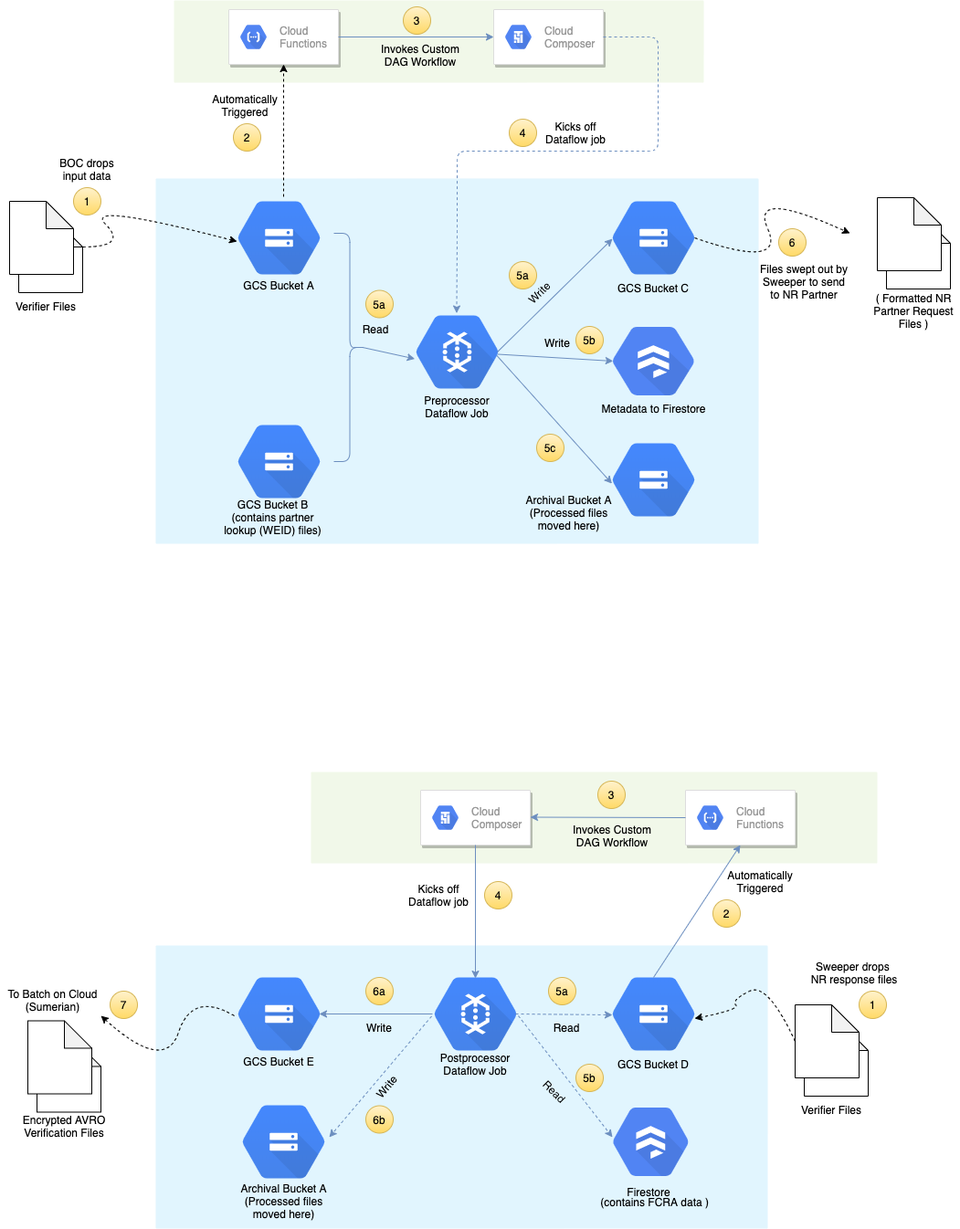
This is Untitled Diagram.png from faeezshaikhefx/faeezshaikhefx, a draw.io export, as it was before one commit. Source tidied: cells renumbered, new cells last; positions are measured from the earlier drawing's top-left corner, leaving out a move shared by most shapes.
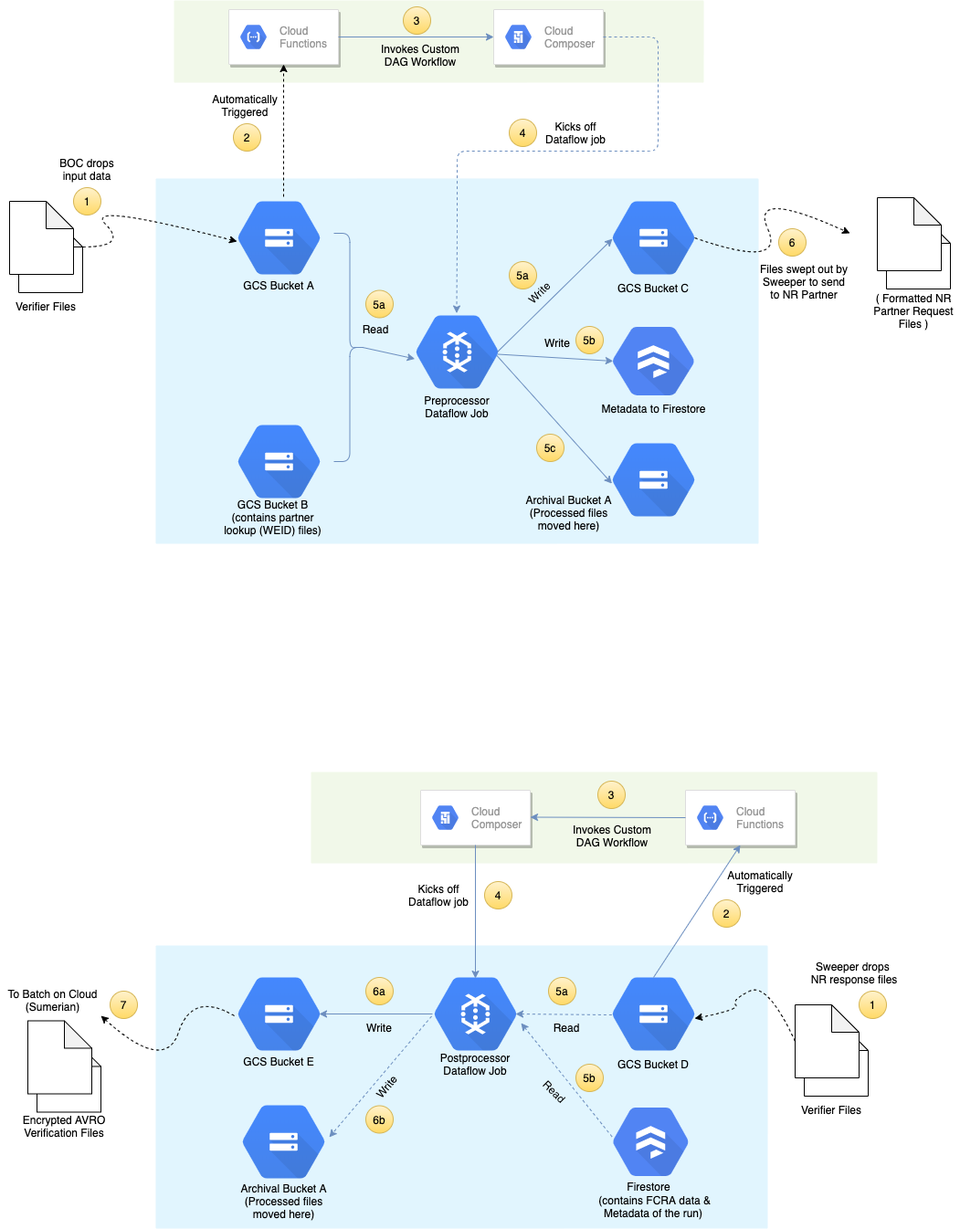
After the change.

Change to the diagram source:
```diff
@@ -124,7 +124,7 @@
     <mxCell id="37" style="endArrow=classic;html=1;exitX=0.5;exitY=1;exitDx=0;exitDy=0;entryX=0.5;entryY=0.013;entryDx=0;entryDy=0;entryPerimeter=0;fillColor=#dae8fc;strokeColor=#6c8ebf;" parent="1" edge="1" source="30" target="35">
       <mxGeometry relative="1" as="geometry" />
     </mxCell>
-    <mxCell id="38" style="endArrow=classic;html=1;exitX=0.989;exitY=0.5;exitDx=0;exitDy=0;exitPerimeter=0;entryX=0;entryY=0.513;entryDx=0;entryDy=0;entryPerimeter=0;fillColor=#dae8fc;strokeColor=#6c8ebf;dashed=1;" parent="1" edge="1" source="35" target="36">
+    <mxCell id="38" style="endArrow=none;html=1;exitX=0.989;exitY=0.5;exitDx=0;exitDy=0;exitPerimeter=0;entryX=0;entryY=0.513;entryDx=0;entryDy=0;entryPerimeter=0;fillColor=#dae8fc;strokeColor=#6c8ebf;dashed=1;endFill=0;startArrow=classic;startFill=1;" parent="1" edge="1" source="35" target="36">
       <mxGeometry relative="1" as="geometry" />
     </mxCell>
     <mxCell id="39" style="endArrow=classic;html=1;entryX=0.989;entryY=0.5;entryDx=0;entryDy=0;entryPerimeter=0;fillColor=#dae8fc;strokeColor=#6c8ebf;" parent="1" edge="1" target="34">
@@ -157,7 +157,7 @@
       <mxGeometry x="649" y="1195" width="126" height="110" as="geometry" />
     </mxCell>
     <mxCell id="48" value="Firestore" style="text;html=1;strokeColor=none;fillColor=none;align=center;verticalAlign=middle;whiteSpace=wrap;rounded=0;" parent="1" vertex="1">
-      <mxGeometry x="690" y="1295" width="40" height="20" as="geometry" />
+      <mxGeometry x="690" y="1289" width="40" height="20" as="geometry" />
     </mxCell>
     <mxCell id="49" value="Read" style="text;html=1;strokeColor=none;fillColor=none;align=center;verticalAlign=middle;whiteSpace=wrap;rounded=0;rotation=0;" parent="1" vertex="1">
       <mxGeometry x="361" y="350" width="100" height="20" as="geometry" />
@@ -165,9 +165,8 @@
     <mxCell id="50" value="Write" style="text;html=1;strokeColor=none;fillColor=none;align=center;verticalAlign=middle;whiteSpace=wrap;rounded=0;rotation=-45;" parent="1" vertex="1">
       <mxGeometry x="540" y="310" width="100" height="20" as="geometry" />
     </mxCell>
-    <mxCell id="51" style="endArrow=classic;html=1;fillColor=#dae8fc;strokeColor=#6c8ebf;dashed=1;" parent="1" edge="1">
+    <mxCell id="51" style="endArrow=none;html=1;fillColor=#dae8fc;strokeColor=#6c8ebf;dashed=1;startArrow=classic;startFill=1;endFill=0;exitX=0;exitY=0.25;exitDx=0;exitDy=0;" parent="1" edge="1" source="63">
       <mxGeometry relative="1" as="geometry">
-        <mxPoint x="567" y="1112" as="sourcePoint" />
         <mxPoint x="670" y="1245" as="targetPoint" />
       </mxGeometry>
     </mxCell>
@@ -208,8 +207,8 @@
         </Array>
       </mxGeometry>
     </mxCell>
-    <mxCell id="62" value="&amp;nbsp;(contains FCRA data )" style="text;html=1;strokeColor=none;fillColor=none;align=center;verticalAlign=middle;whiteSpace=wrap;rounded=0;" parent="1" vertex="1">
-      <mxGeometry x="650" y="1306" width="130" height="20" as="geometry" />
+    <mxCell id="62" value="&amp;nbsp;(contains FCRA data &amp;amp; Metadata of the run)" style="text;html=1;strokeColor=none;fillColor=none;align=center;verticalAlign=middle;whiteSpace=wrap;rounded=0;" parent="1" vertex="1">
+      <mxGeometry x="650" y="1311" width="130" height="20" as="geometry" />
     </mxCell>
     <mxCell id="63" value="Read" style="text;html=1;strokeColor=none;fillColor=none;align=center;verticalAlign=middle;whiteSpace=wrap;rounded=0;rotation=0;" parent="1" vertex="1">
       <mxGeometry x="570" y="1115" width="100" height="20" as="geometry" />
```
